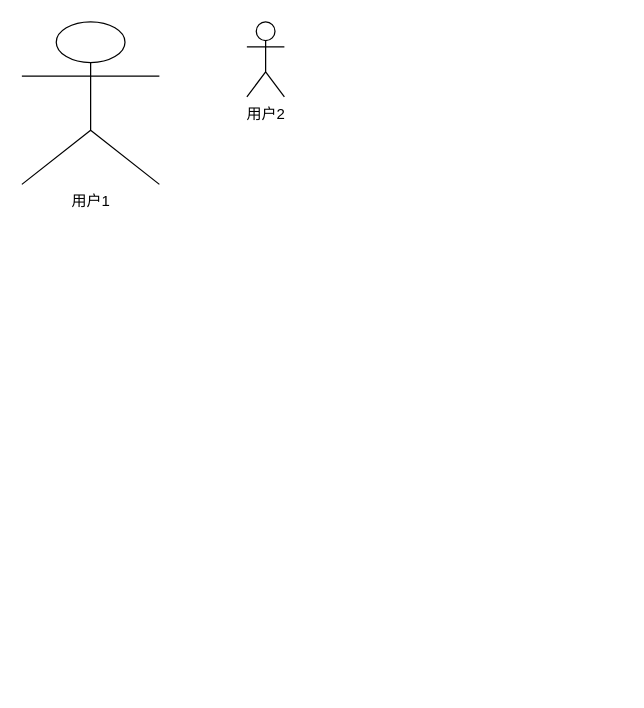
Beaulol/drawUseCase keeps this draw.io diagram as 用例图.drawio. Above is the earlier version. Source tidied: cells renumbered, new cells numbered last; positions are measured from the earlier drawing's top-left corner, leaving out a move shared by most shapes. Both pictures are drawn from the tidied source at 125%, with x=0, y=0 at pixel (21, 21).
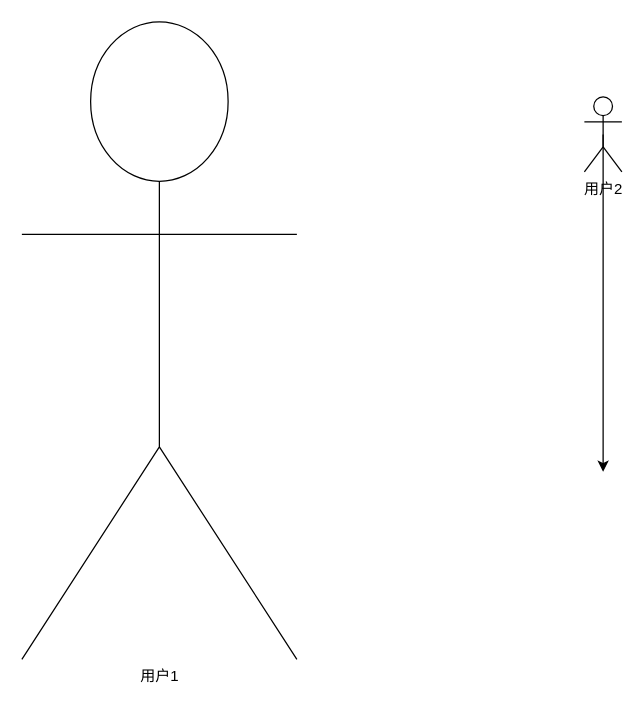
After the change.

The edit, as a diff of the source:
```diff
@@
 <mxGraphModel>
   <root>
     <mxCell id="0" />
     <mxCell id="1" parent="0" />
     <mxCell id="2" value="用户1" style="shape=umlActor;html=1;verticalLabelPosition=bottom;verticalAlign=top;align=center;" parent="1" vertex="1">
-      <mxGeometry width="110" height="130" as="geometry" />
+      <mxGeometry width="220" height="510" as="geometry" />
     </mxCell>
+    <mxCell id="4" style="edgeStyle=orthogonalEdgeStyle;rounded=0;jettySize=auto;html=1;exitX=0.5;exitY=0.5;exitDx=0;exitDy=0;exitPerimeter=0;" parent="1" edge="1" source="3">
+      <mxGeometry relative="1" as="geometry">
+        <mxPoint x="465" y="360" as="targetPoint" />
+      </mxGeometry>
+    </mxCell>
     <mxCell id="3" value="用户2" style="shape=umlActor;html=1;verticalLabelPosition=bottom;verticalAlign=top;align=center;" parent="1" vertex="1">
-      <mxGeometry x="180" width="30" height="60" as="geometry" />
+      <mxGeometry x="450" y="60" width="30" height="60" as="geometry" />
     </mxCell>
   </root>
 </mxGraphModel>
```
